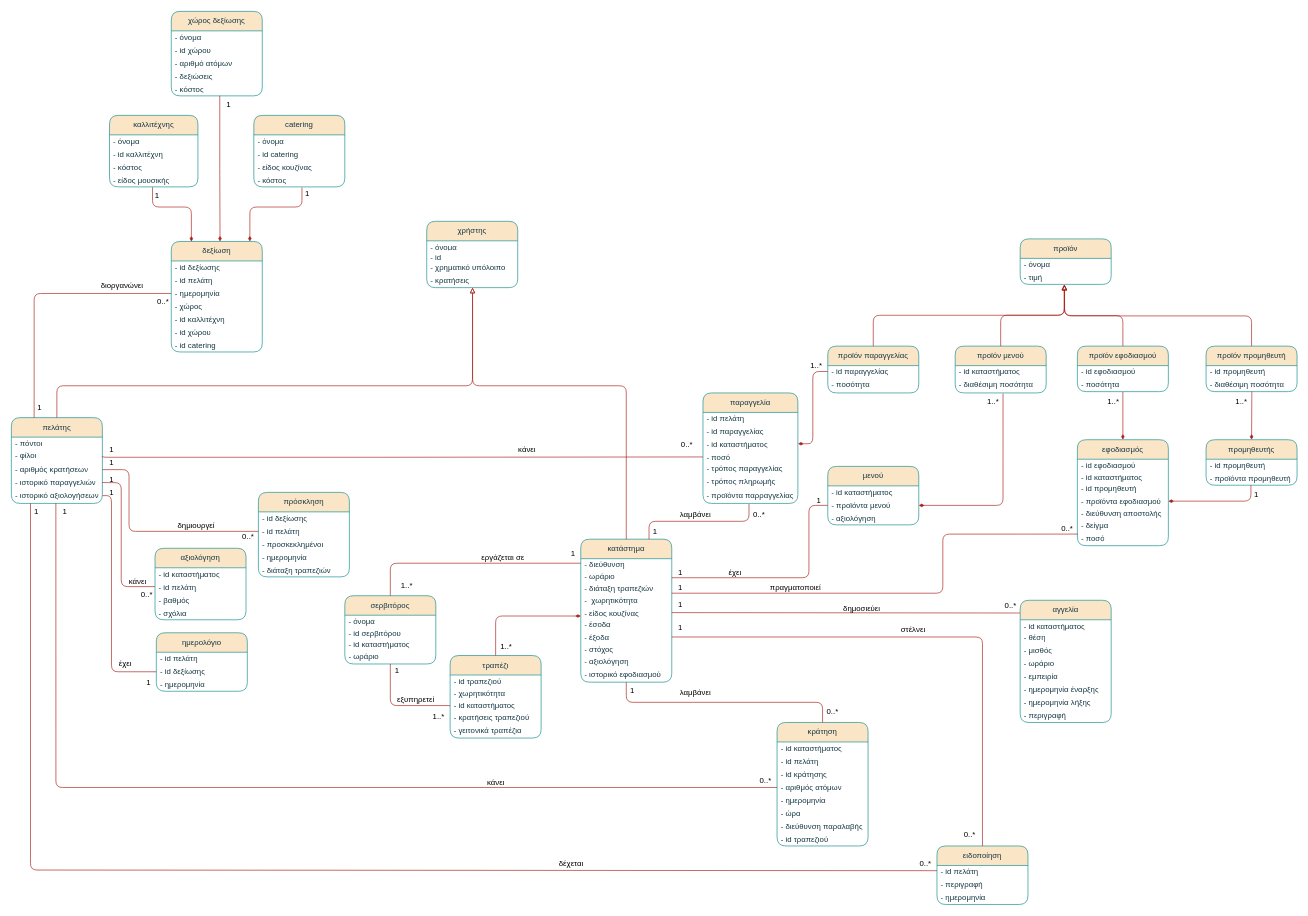
Above: documents/contributions/Domain_model_v02.drawio in Mpooks/reasy (draw.io), before the change. Source tidied: cells renumbered, new cells numbered last; positions are measured from the earlier drawing's top-left corner, leaving out a move shared by most shapes. Both pictures are drawn from the tidied source at 65%, with x=0, y=0 at pixel (11, 11).
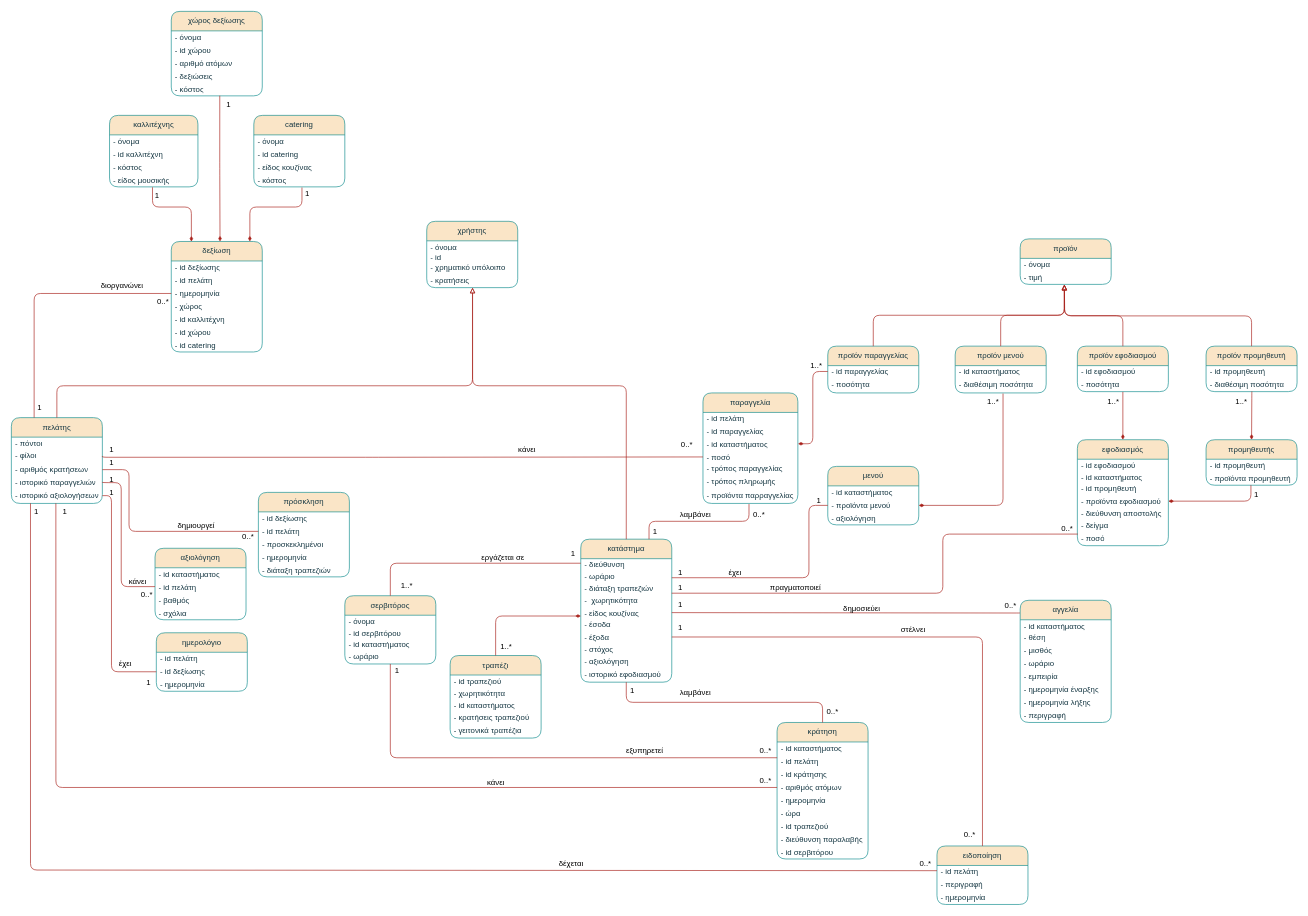
Above is the later version.

Commit message (it also covers changes not shown here):
Update in "use_cases_1.2" and "Domain_model_v02"

Unchanged cells that the change refers to:
```xml
<mxCell id="21" value="- id καταστήματος" style="text;strokeColor=none;fillColor=none;align=left;verticalAlign=middle;spacingLeft=4;spacingRight=4;overflow=hidden;points=[[0,0.5],[1,0.5]];portConstraint=eastwest;whiteSpace=wrap;html=1;glass=0;labelBackgroundColor=none;fontColor=#143642;" parent="18" vertex="1">
  <mxGeometry y="68" width="140" height="18" as="geometry" />
</mxCell>
<mxCell id="28" value="σερβιτόρος" style="swimlane;fontStyle=0;horizontal=1;startSize=30;whiteSpace=wrap;html=1;rounded=1;glass=0;labelBackgroundColor=none;fillColor=#FAE5C7;strokeColor=#0F8B8D;fontColor=#143642;" parent="1" vertex="1">
  <mxGeometry x="513" y="899" width="140" height="105" as="geometry" />
</mxCell>
<mxCell id="52" value="- id πελάτη" style="text;strokeColor=none;fillColor=none;align=left;verticalAlign=middle;spacingLeft=4;spacingRight=4;overflow=hidden;points=[[0,0.5],[1,0.5]];portConstraint=eastwest;whiteSpace=wrap;html=1;glass=0;labelBackgroundColor=none;fontColor=#143642;" parent="50" vertex="1">
  <mxGeometry y="50" width="140" height="20" as="geometry" />
</mxCell>
<mxCell id="76" value="αξιολόγηση" style="swimlane;fontStyle=0;horizontal=1;startSize=30;whiteSpace=wrap;html=1;rounded=1;glass=0;labelBackgroundColor=none;fillColor=#FAE5C7;strokeColor=#0F8B8D;fontColor=#143642;" parent="1" vertex="1">
  <mxGeometry x="221" y="826" width="140" height="110" as="geometry" />
</mxCell>
```

The edit, as a diff of the source:
```diff
@@
     <mxCell id="50" value="κράτηση" style="swimlane;fontStyle=0;horizontal=1;startSize=30;whiteSpace=wrap;html=1;rounded=1;glass=0;labelBackgroundColor=none;fillColor=#FAE5C7;strokeColor=#0F8B8D;fontColor=#143642;" parent="1" vertex="1">
-      <mxGeometry x="1178" y="1094" width="140" height="190" as="geometry" />
+      <mxGeometry x="1178" y="1094" width="140" height="210" as="geometry" />
     </mxCell>
@@
+    <mxCell id="58" value="- id τραπεζιού" style="text;strokeColor=none;fillColor=none;align=left;verticalAlign=middle;spacingLeft=4;spacingRight=4;overflow=hidden;whiteSpace=wrap;html=1;glass=0;labelBackgroundColor=none;fontColor=#143642;" parent="50" vertex="1">
+      <mxGeometry y="150" width="140" height="20" as="geometry" />
+    </mxCell>
     <mxCell id="57" value="- διεύθυνση παραλαβής" style="text;strokeColor=none;fillColor=none;align=left;verticalAlign=middle;spacingLeft=4;spacingRight=4;overflow=hidden;whiteSpace=wrap;html=1;glass=0;labelBackgroundColor=none;fontColor=#143642;" parent="50" vertex="1">
-      <mxGeometry y="150" width="140" height="20" as="geometry" />
+      <mxGeometry y="170" width="140" height="20" as="geometry" />
     </mxCell>
-    <mxCell id="58" value="- id τραπεζιού" style="text;strokeColor=none;fillColor=none;align=left;verticalAlign=middle;spacingLeft=4;spacingRight=4;overflow=hidden;whiteSpace=wrap;html=1;glass=0;labelBackgroundColor=none;fontColor=#143642;" parent="50" vertex="1">
-      <mxGeometry y="170" width="140" height="20" as="geometry" />
-    </mxCell>
+    <mxCell id="218" value="- id σερβιτόρου" style="text;strokeColor=none;fillColor=none;align=left;verticalAlign=middle;spacingLeft=4;spacingRight=4;overflow=hidden;whiteSpace=wrap;html=1;glass=0;labelBackgroundColor=none;fontColor=#143642;" parent="50" vertex="1">
+      <mxGeometry y="190" width="140" height="20" as="geometry" />
+    </mxCell>
@@
-    <mxCell id="80" value="- σχόλια&lt;span style=&quot;white-space: pre;&quot;&gt;&#9;&lt;/span&gt;" style="text;strokeColor=none;fillColor=none;align=left;verticalAlign=middle;spacingLeft=4;spacingRight=4;overflow=hidden;whiteSpace=wrap;html=1;glass=0;labelBackgroundColor=none;fontColor=#143642;" parent="76" vertex="1">
+    <mxCell id="80" value="- σχόλια&lt;span style=&quot;white-space: pre;&quot;&gt; &lt;/span&gt;" style="text;strokeColor=none;fillColor=none;align=left;verticalAlign=middle;spacingLeft=4;spacingRight=4;overflow=hidden;whiteSpace=wrap;html=1;glass=0;labelBackgroundColor=none;fontColor=#143642;" parent="76" vertex="1">
       <mxGeometry y="90" width="140" height="20" as="geometry" />
     </mxCell>
@@
-    <mxCell id="152" style="edgeStyle=orthogonalEdgeStyle;rounded=1;jettySize=auto;html=1;fontColor=default;startFill=1;endFill=0;endArrow=none;labelBackgroundColor=none;strokeColor=#A8201A;exitX=0.5;exitY=1;exitDx=0;exitDy=0;entryX=0;entryY=0.5;entryDx=0;entryDy=0;" parent="1" edge="1" source="28" target="21">
+    <mxCell id="152" style="edgeStyle=orthogonalEdgeStyle;rounded=1;jettySize=auto;html=1;fontColor=default;startFill=1;endFill=0;endArrow=none;labelBackgroundColor=none;strokeColor=#A8201A;exitX=0.5;exitY=1;exitDx=0;exitDy=0;entryX=0.001;entryY=0.213;entryDx=0;entryDy=0;entryPerimeter=0;" parent="1" edge="1" source="28" target="52">
       <mxGeometry relative="1" as="geometry">
         <Array as="points">
-          <mxPoint x="583" y="1068" />
+          <mxPoint x="583" y="1148" />
+          <mxPoint x="1178" y="1148" />
+          <mxPoint x="1178" y="1149" />
         </Array>
       </mxGeometry>
     </mxCell>
@@
     <mxCell id="154" value="εξυπηρετεί" style="text;html=1;align=center;verticalAlign=middle;strokeColor=none;fillColor=none;" parent="1" vertex="1">
-      <mxGeometry x="584" y="1046" width="75" height="26" as="geometry" />
+      <mxGeometry x="936" y="1125" width="75" height="26" as="geometry" />
     </mxCell>
@@
-    <mxCell id="198" value="1..*" style="text;html=1;align=center;verticalAlign=middle;strokeColor=none;fillColor=none;" parent="1" vertex="1">
-      <mxGeometry x="639" y="1072" width="36" height="26" as="geometry" />
-    </mxCell>
@@
+    <mxCell id="219" value="0..*" style="text;html=1;align=center;verticalAlign=middle;strokeColor=none;fillColor=none;" parent="1" vertex="1">
+      <mxGeometry x="1142" y="1125" width="36" height="26" as="geometry" />
+    </mxCell>
```
